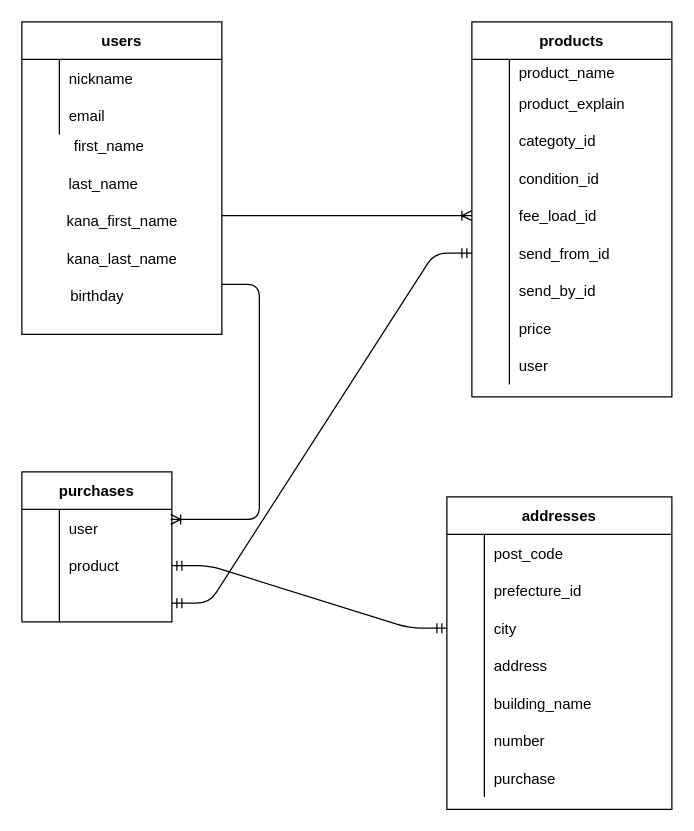
Before: furima.dio in shugoshushu/furima-36168, a draw.io diagram. Source tidied: cells renumbered, new cells numbered last; positions are measured from the earlier drawing's top-left corner, leaving out a move shared by most shapes. Both pictures are drawn from the tidied source at 125%, with x=0, y=0 at pixel (21, 21).
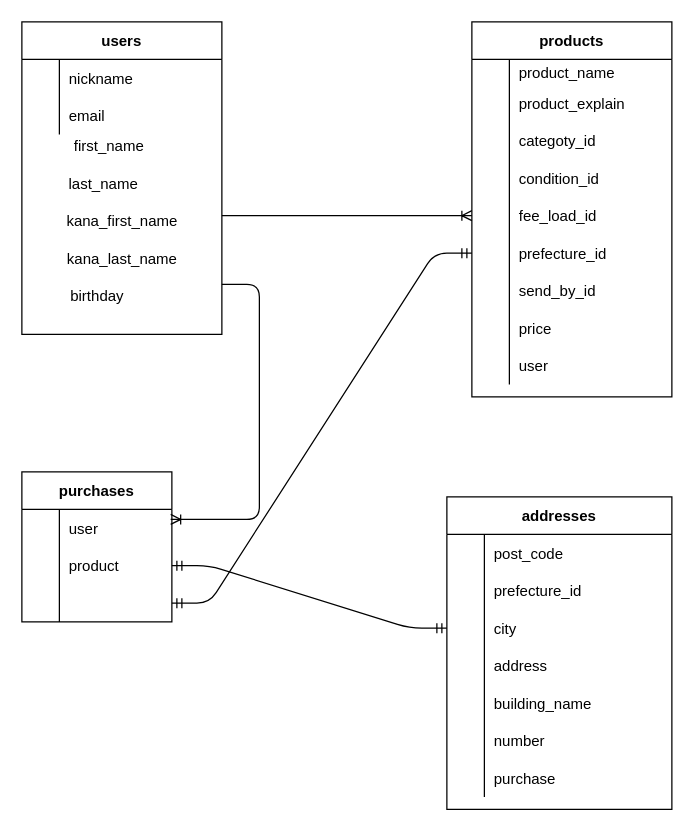
After the change.

Unchanged cells that the change refers to:
```xml
<mxCell id="40" style="shape=partialRectangle;fillColor=none;top=0;left=0;bottom=0;right=0;points=[[0,0.5],[1,0.5]];portConstraint=eastwest;" parent="24" vertex="1">
  <mxGeometry y="170" width="160" height="30" as="geometry" />
</mxCell>
```

Diff of the diagram source:
```diff
@@
-    <mxCell id="42" value="send_from_id" style="shape=partialRectangle;fillColor=none;top=0;left=0;bottom=0;right=0;align=left;spacingLeft=6;overflow=hidden;" parent="40" vertex="1">
+    <mxCell id="42" value="prefecture_id" style="shape=partialRectangle;fillColor=none;top=0;left=0;bottom=0;right=0;align=left;spacingLeft=6;overflow=hidden;" parent="40" vertex="1">
       <mxGeometry x="30" width="130" height="30" as="geometry" />
     </mxCell>
```
